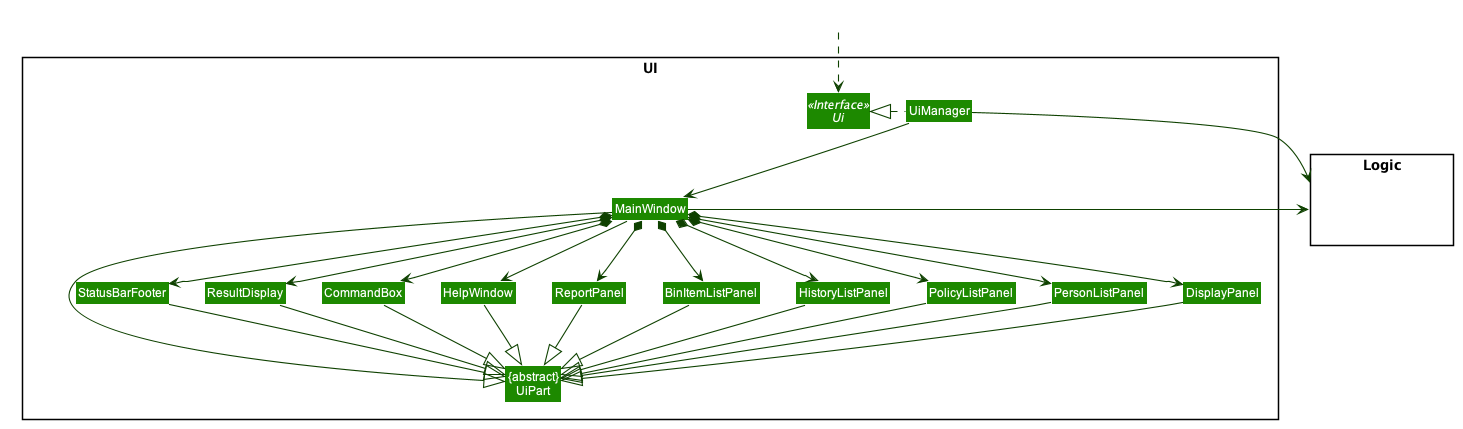
Before: docs/images/UiClassDiagram.png, a diagram exported from PlantUML (nus-cs2103-AY1920S1/addressbook-level3).
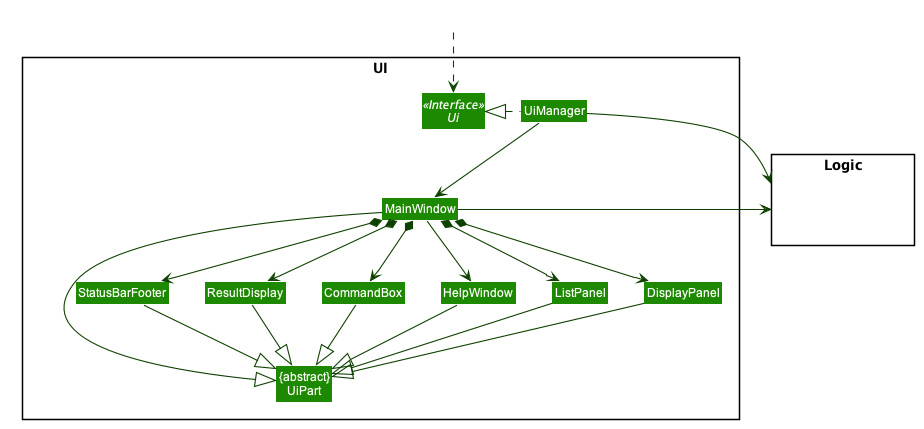
Later version of the same file.

Commit message:
Revert UiClassDiagram to original

What changed in the source:
```diff
@@ -61,11 +61,7 @@
 Class StatusBarFooter
 Class CommandBox
 Class DisplayPanel
-Class PersonListPanel
-Class PolicyListPanel
-Class HistoryListPanel
-Class BinItemListPanel
-Class ReportPanel
+Class ListPanel
 }
 
 package Logic <<Rectangle>> {
@@ -80,11 +76,7 @@
 MainWindow --> HelpWindow
 MainWindow *-down-> CommandBox
 MainWindow *-down-> ResultDisplay
-MainWindow *-down-> PersonListPanel
-MainWindow *-down-> PolicyListPanel
-MainWindow *-down-> HistoryListPanel
-MainWindow *-down-> BinItemListPanel
-MainWindow *-down-> ReportPanel
+MainWindow *-down-> ListPanel
 MainWindow *-down-> DisplayPanel
 MainWindow *-down-> StatusBarFooter
 
@@ -93,22 +85,14 @@
 ResultDisplay --|> UiPart
 CommandBox --|> UiPart
 StatusBarFooter --|> UiPart
-PersonListPanel --|> UiPart
-PolicyListPanel --|> UiPart
-HistoryListPanel --|> UiPart
-BinItemListPanel --|> UiPart
-ReportPanel --|> UiPart
+ListPanel --|> UiPart
 DisplayPanel --|> UiPart
 HelpWindow -down-|> UiPart
 
 UiManager -right-> Logic
 MainWindow -left-> Logic
 
-PersonListPanel -[hidden]left- PolicyListPanel
-PolicyListPanel -[hidden]left- HistoryListPanel
-HistoryListPanel -[hidden]left- BinItemListPanel
-BinItemListPanel -[hidden]left- ReportPanel
-ReportPanel -[hidden]left- HelpWindow
+ListPanel -[hidden]left- HelpWindow
 HelpWindow -[hidden]left- CommandBox
 CommandBox -[hidden]left- ResultDisplay
 ResultDisplay -[hidden]left- StatusBarFooter
```
